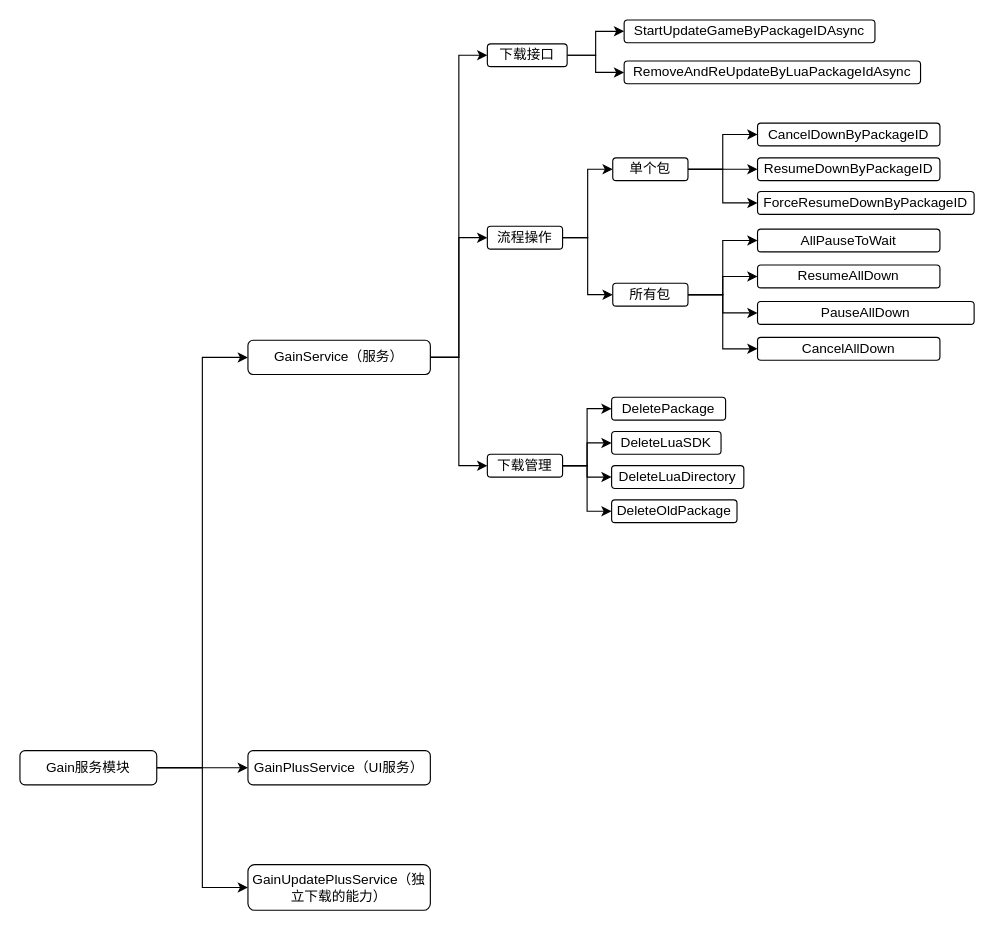
Above: 未命名绘图.drawio in moriyalb/drite (draw.io), before the change. Source tidied: cells renumbered, new cells numbered last; positions are measured from the earlier drawing's top-left corner, leaving out a move shared by most shapes. Both pictures are drawn from the tidied source at 114%, with x=0, y=0 at pixel (19, 19).
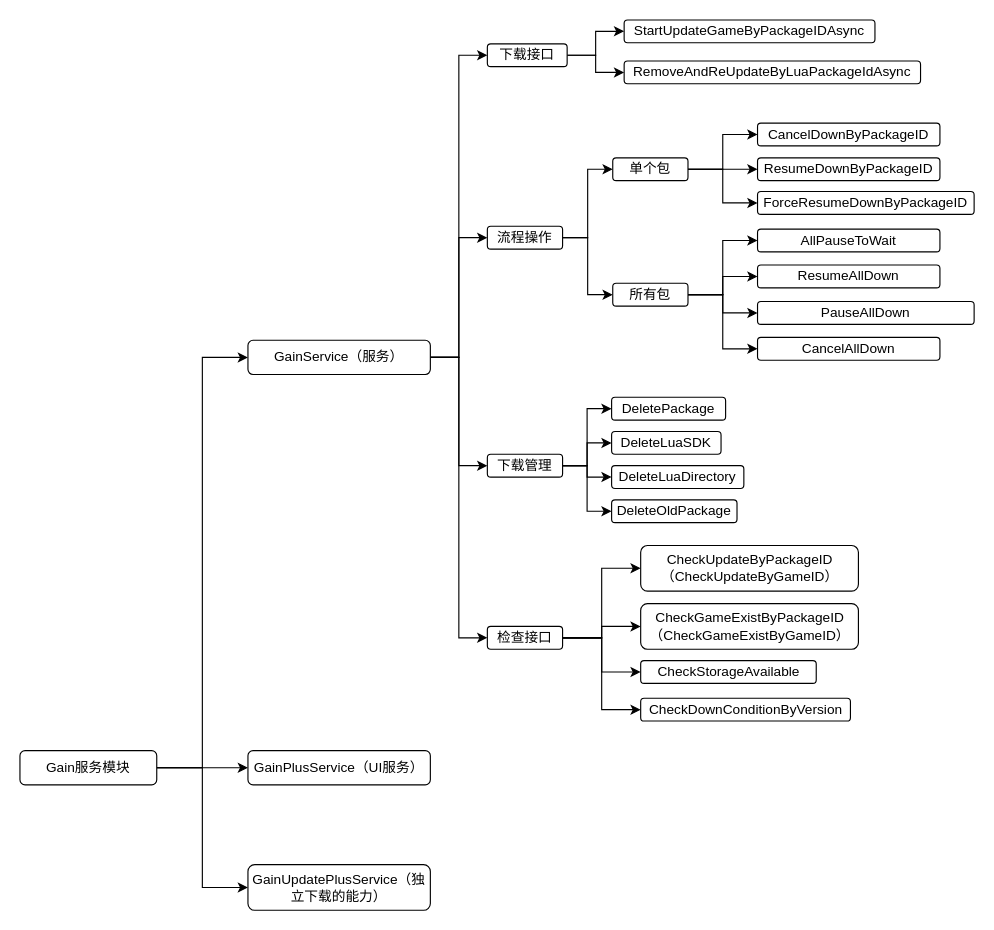
The same page after the edit.

Unchanged cells that the change refers to:
```xml
<mxCell id="9" value="GainService（服务）" style="rounded=1;whiteSpace=wrap;html=1;" parent="1" vertex="1">
  <mxGeometry x="200" y="281" width="160" height="30" as="geometry" />
</mxCell>
```

Diff of the diagram source:
```diff
@@
+    <mxCell id="45" style="edgeStyle=orthogonalEdgeStyle;rounded=0;jettySize=auto;html=1;entryX=0;entryY=0.5;entryDx=0;entryDy=0;" parent="1" edge="1" source="9" target="50">
+      <mxGeometry relative="1" as="geometry" />
+    </mxCell>
@@
+    <mxCell id="46" style="edgeStyle=orthogonalEdgeStyle;rounded=0;jettySize=auto;html=1;entryX=0;entryY=0.5;entryDx=0;entryDy=0;" parent="1" edge="1" source="50" target="51">
+      <mxGeometry relative="1" as="geometry" />
+    </mxCell>
+    <mxCell id="47" style="edgeStyle=orthogonalEdgeStyle;rounded=0;jettySize=auto;html=1;" parent="1" edge="1" source="50" target="53">
+      <mxGeometry relative="1" as="geometry" />
+    </mxCell>
+    <mxCell id="48" style="edgeStyle=orthogonalEdgeStyle;rounded=0;jettySize=auto;html=1;entryX=0;entryY=0.5;entryDx=0;entryDy=0;" parent="1" edge="1" source="50" target="52">
+      <mxGeometry relative="1" as="geometry" />
+    </mxCell>
+    <mxCell id="49" style="edgeStyle=orthogonalEdgeStyle;rounded=0;jettySize=auto;html=1;entryX=0;entryY=0.5;entryDx=0;entryDy=0;" parent="1" edge="1" source="50" target="54">
+      <mxGeometry relative="1" as="geometry" />
+    </mxCell>
+    <mxCell id="50" value="检查接口" style="rounded=1;whiteSpace=wrap;html=1;" parent="1" vertex="1">
+      <mxGeometry x="410" y="532" width="66" height="20" as="geometry" />
+    </mxCell>
+    <mxCell id="51" value="CheckUpdateByPackageID（CheckUpdateByGameID）" style="rounded=1;whiteSpace=wrap;html=1;" parent="1" vertex="1">
+      <mxGeometry x="544.5" y="461" width="191" height="40" as="geometry" />
+    </mxCell>
+    <mxCell id="52" value="CheckStorageAvailable" style="rounded=1;whiteSpace=wrap;html=1;" parent="1" vertex="1">
+      <mxGeometry x="544.5" y="562" width="154" height="20" as="geometry" />
+    </mxCell>
+    <mxCell id="53" value="CheckGameExistByPackageID（CheckGameExistByGameID）" style="rounded=1;whiteSpace=wrap;html=1;" parent="1" vertex="1">
+      <mxGeometry x="544.5" y="512" width="191" height="40" as="geometry" />
+    </mxCell>
+    <mxCell id="54" value="CheckDownConditionByVersion" style="rounded=1;whiteSpace=wrap;html=1;" parent="1" vertex="1">
+      <mxGeometry x="544.5" y="595" width="184" height="20" as="geometry" />
+    </mxCell>
```
